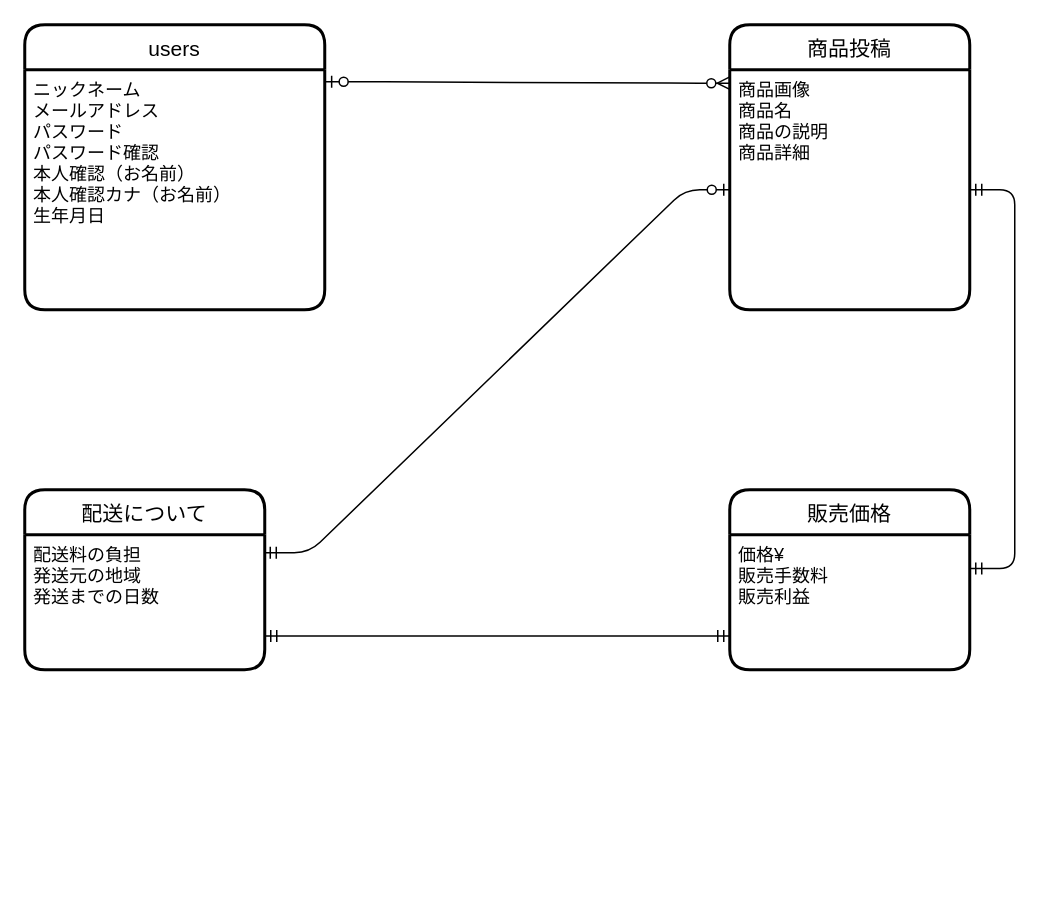
The draw.io diagram フリマER図.dio in yasuhito1105/furima-41744, before the edit. Source tidied: cells renumbered, new cells numbered last; positions are measured from the earlier drawing's top-left corner, leaving out a move shared by most shapes. Both pictures are drawn from the tidied source at 150%, with x=0, y=0 at pixel (24, 24).
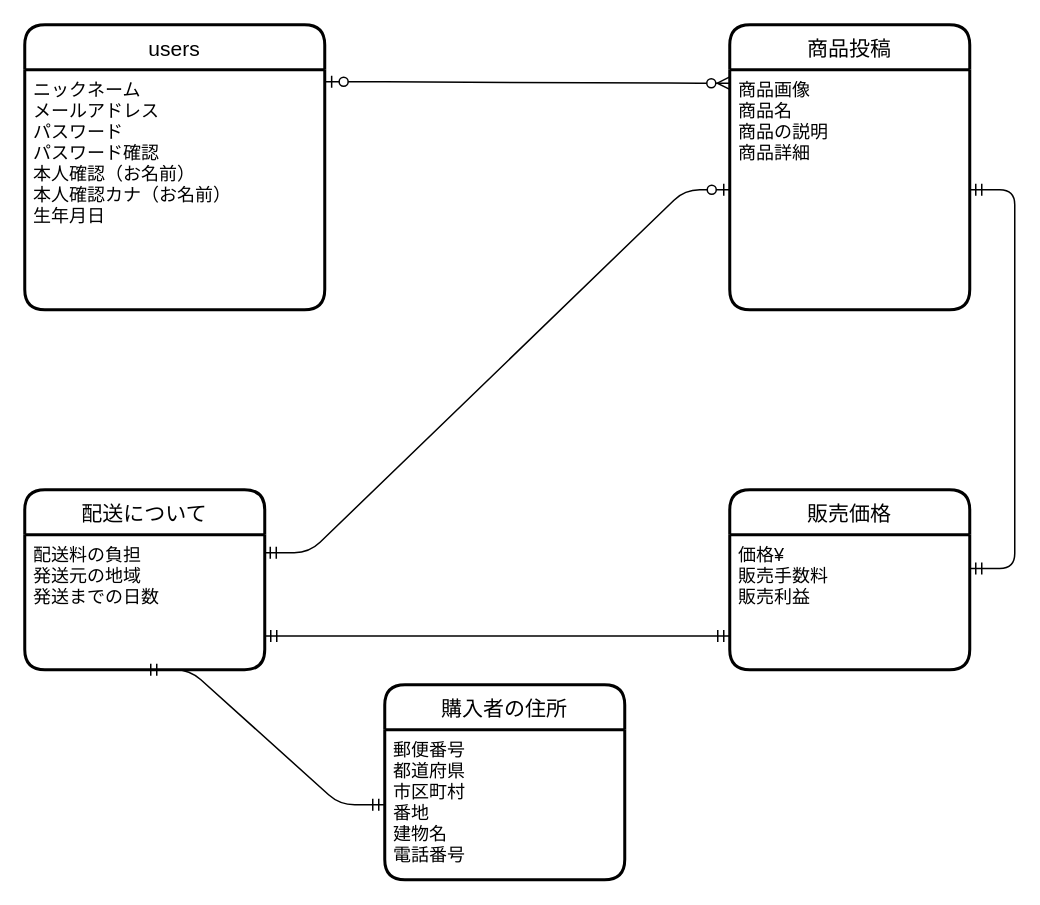
The same diagram, later.

Commit message (it also covers changes not shown here):
購入者テーブルを追加

The edit, as a diff of the source:
```diff
@@
 <mxGraphModel>
   <root>
     <mxCell id="0" />
     <mxCell id="1" parent="0" />
     <mxCell id="2" value="users" style="swimlane;horizontal=1;startSize=30;rounded=1;fontSize=14;fontStyle=0;strokeWidth=2;shadow=0;dashed=0;align=center;" parent="1" vertex="1">
       <mxGeometry width="200" height="190" as="geometry" />
     </mxCell>
     <mxCell id="3" value="ニックネーム&#10;メールアドレス&#10;パスワード&#10;パスワード確認&#10;本人確認（お名前）&#10;本人確認カナ（お名前）&#10;生年月日" style="align=left;strokeColor=none;fillColor=none;spacingLeft=4;fontSize=12;verticalAlign=top;" parent="2" vertex="1">
       <mxGeometry y="30" width="200" height="160" as="geometry" />
     </mxCell>
     <mxCell id="4" value="商品投稿" style="swimlane;horizontal=1;startSize=30;rounded=1;fontSize=14;fontStyle=0;strokeWidth=2;shadow=0;dashed=0;align=center;" parent="1" vertex="1">
       <mxGeometry x="470" width="160" height="190" as="geometry" />
     </mxCell>
     <mxCell id="5" value="商品画像&#10;商品名&#10;商品の説明&#10;商品詳細&#10;" style="align=left;strokeColor=none;fillColor=none;spacingLeft=4;fontSize=12;verticalAlign=top;" parent="4" vertex="1">
       <mxGeometry y="30" width="160" height="160" as="geometry" />
     </mxCell>
     <mxCell id="6" value="配送について" style="swimlane;horizontal=1;startSize=30;rounded=1;fontSize=14;fontStyle=0;strokeWidth=2;shadow=0;dashed=0;align=center;" parent="1" vertex="1">
       <mxGeometry y="310" width="160" height="120" as="geometry" />
     </mxCell>
     <mxCell id="7" value="配送料の負担&#10;発送元の地域&#10;発送までの日数" style="align=left;strokeColor=none;fillColor=none;spacingLeft=4;fontSize=12;verticalAlign=top;" parent="6" vertex="1">
       <mxGeometry y="30" width="160" height="90" as="geometry" />
     </mxCell>
     <mxCell id="8" value="販売価格" style="swimlane;horizontal=1;startSize=30;rounded=1;fontSize=14;fontStyle=0;strokeWidth=2;shadow=0;dashed=0;align=center;" parent="1" vertex="1">
       <mxGeometry x="470" y="310" width="160" height="120" as="geometry" />
     </mxCell>
     <mxCell id="9" value="価格¥&#10;販売手数料&#10;販売利益" style="align=left;strokeColor=none;fillColor=none;spacingLeft=4;fontSize=12;verticalAlign=top;" parent="8" vertex="1">
       <mxGeometry y="30" width="160" height="90" as="geometry" />
     </mxCell>
     <mxCell id="10" style="edgeStyle=entityRelationEdgeStyle;fontSize=12;html=1;endArrow=ERmandOne;startArrow=ERmandOne;exitX=1;exitY=0.75;exitDx=0;exitDy=0;entryX=0;entryY=0.75;entryDx=0;entryDy=0;" parent="1" edge="1" source="7" target="9">
       <mxGeometry relative="1" as="geometry" />
     </mxCell>
     <mxCell id="11" style="edgeStyle=entityRelationEdgeStyle;fontSize=12;html=1;endArrow=ERzeroToMany;startArrow=ERzeroToOne;entryX=-0.002;entryY=0.056;entryDx=0;entryDy=0;exitX=1.003;exitY=0.05;exitDx=0;exitDy=0;exitPerimeter=0;entryPerimeter=0;" parent="1" edge="1" source="3" target="5">
       <mxGeometry relative="1" as="geometry" />
     </mxCell>
     <mxCell id="12" style="edgeStyle=entityRelationEdgeStyle;fontSize=12;html=1;endArrow=ERzeroToOne;startArrow=ERmandOne;exitX=0.998;exitY=0.133;exitDx=0;exitDy=0;exitPerimeter=0;entryX=0;entryY=0.5;entryDx=0;entryDy=0;" parent="1" edge="1" source="7" target="5">
       <mxGeometry relative="1" as="geometry" />
     </mxCell>
     <mxCell id="13" style="edgeStyle=entityRelationEdgeStyle;fontSize=12;html=1;endArrow=ERmandOne;startArrow=ERmandOne;exitX=1;exitY=0.25;exitDx=0;exitDy=0;" parent="1" edge="1" source="9" target="5">
       <mxGeometry relative="1" as="geometry" />
     </mxCell>
+    <mxCell id="14" value="購入者の住所" style="swimlane;horizontal=1;startSize=30;rounded=1;fontSize=14;fontStyle=0;strokeWidth=2;shadow=0;dashed=0;align=center;" parent="1" vertex="1">
+      <mxGeometry x="240" y="440" width="160" height="130" as="geometry" />
+    </mxCell>
+    <mxCell id="15" value="郵便番号&#10;都道府県&#10;市区町村&#10;番地&#10;建物名&#10;電話番号" style="align=left;strokeColor=none;fillColor=none;spacingLeft=4;fontSize=12;verticalAlign=top;" parent="14" vertex="1">
+      <mxGeometry y="30" width="160" height="100" as="geometry" />
+    </mxCell>
+    <mxCell id="16" style="edgeStyle=entityRelationEdgeStyle;fontSize=12;html=1;endArrow=ERmandOne;startArrow=ERmandOne;entryX=0.5;entryY=1;entryDx=0;entryDy=0;" parent="1" edge="1" source="15" target="7">
+      <mxGeometry relative="1" as="geometry" />
+    </mxCell>
   </root>
 </mxGraphModel>
```
